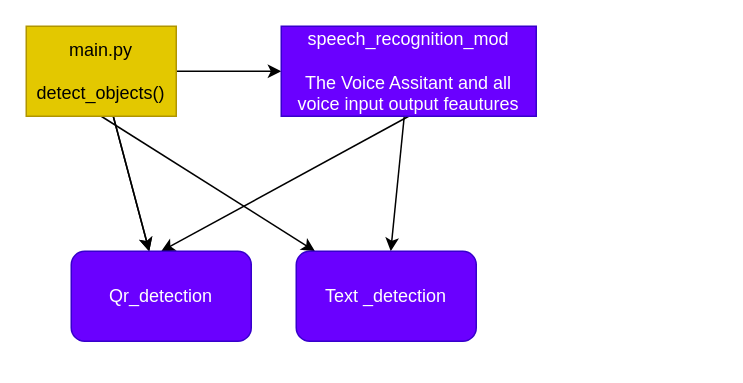
The draw.io diagram page "Files-mods" (1 of 2) of drawings.drawio in teymuur/visionease-wear, before the edit. Source tidied: cells renumbered, new cells numbered last; positions are measured from the earlier drawing's top-left corner, leaving out a move shared by most shapes. Both pictures are drawn from the tidied source at 150%, with x=0, y=0 at pixel (26, 26).
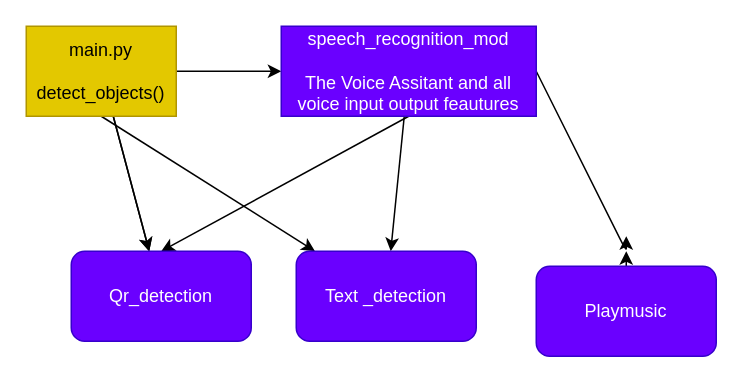
The same page after the edit.

What changed in the source:
```diff
@@
 <mxGraphModel>
   <root>
     <mxCell id="0" />
     <mxCell id="1" parent="0" />
     <mxCell id="2" style="edgeStyle=none;html=1;" parent="1" edge="1" source="6" target="9">
       <mxGeometry relative="1" as="geometry" />
     </mxCell>
     <mxCell id="3" style="edgeStyle=none;html=1;" parent="1" edge="1" source="6" target="10">
       <mxGeometry relative="1" as="geometry" />
     </mxCell>
     <mxCell id="4" style="edgeStyle=none;html=1;" parent="1" edge="1" source="6" target="10">
       <mxGeometry relative="1" as="geometry" />
     </mxCell>
     <mxCell id="5" style="edgeStyle=none;html=1;exitX=0.5;exitY=1;exitDx=0;exitDy=0;" parent="1" edge="1" source="6" target="11">
       <mxGeometry relative="1" as="geometry" />
     </mxCell>
     <mxCell id="6" value="main.py&lt;br&gt;&lt;br&gt;detect_objects()" style="rounded=0;whiteSpace=wrap;html=1;fillColor=#e3c800;fontColor=#000000;strokeColor=#B09500;" parent="1" vertex="1">
       <mxGeometry width="100" height="60" as="geometry" />
     </mxCell>
     <mxCell id="7" style="edgeStyle=none;html=1;" parent="1" edge="1" source="9" target="11">
       <mxGeometry relative="1" as="geometry" />
     </mxCell>
     <mxCell id="8" style="edgeStyle=none;html=1;exitX=0.5;exitY=1;exitDx=0;exitDy=0;entryX=0.5;entryY=0;entryDx=0;entryDy=0;" parent="1" edge="1" source="9" target="10">
       <mxGeometry relative="1" as="geometry" />
     </mxCell>
+    <mxCell id="12" style="edgeStyle=none;html=1;exitX=1;exitY=0.5;exitDx=0;exitDy=0;" parent="1" edge="1" source="9">
+      <mxGeometry relative="1" as="geometry">
+        <mxPoint x="400" y="140" as="targetPoint" />
+        <Array as="points">
+          <mxPoint x="400" y="150" />
+        </Array>
+      </mxGeometry>
+    </mxCell>
     <mxCell id="9" value="speech_recognition_mod&lt;br&gt;&lt;br&gt;The Voice Assitant and all voice input output feautures&lt;br&gt;" style="whiteSpace=wrap;html=1;rounded=0;fillColor=#6a00ff;fontColor=#ffffff;strokeColor=#3700CC;" parent="1" vertex="1">
       <mxGeometry x="170" width="170" height="60" as="geometry" />
     </mxCell>
     <mxCell id="10" value="Qr_detection" style="rounded=1;whiteSpace=wrap;html=1;fillColor=#6a00ff;fontColor=#ffffff;strokeColor=#3700CC;" parent="1" vertex="1">
       <mxGeometry x="30" y="150" width="120" height="60" as="geometry" />
     </mxCell>
     <mxCell id="11" value="Text _detection" style="rounded=1;whiteSpace=wrap;html=1;fillColor=#6a00ff;fontColor=#ffffff;strokeColor=#3700CC;" parent="1" vertex="1">
       <mxGeometry x="180" y="150" width="120" height="60" as="geometry" />
     </mxCell>
+    <mxCell id="13" style="edgeStyle=none;html=1;" parent="1" edge="1" source="14">
+      <mxGeometry relative="1" as="geometry">
+        <mxPoint x="400" y="150" as="targetPoint" />
+      </mxGeometry>
+    </mxCell>
+    <mxCell id="14" value="Playmusic" style="rounded=1;whiteSpace=wrap;html=1;fillColor=#6a00ff;fontColor=#ffffff;strokeColor=#3700CC;" parent="1" vertex="1">
+      <mxGeometry x="340" y="160" width="120" height="60" as="geometry" />
+    </mxCell>
   </root>
 </mxGraphModel>
```
